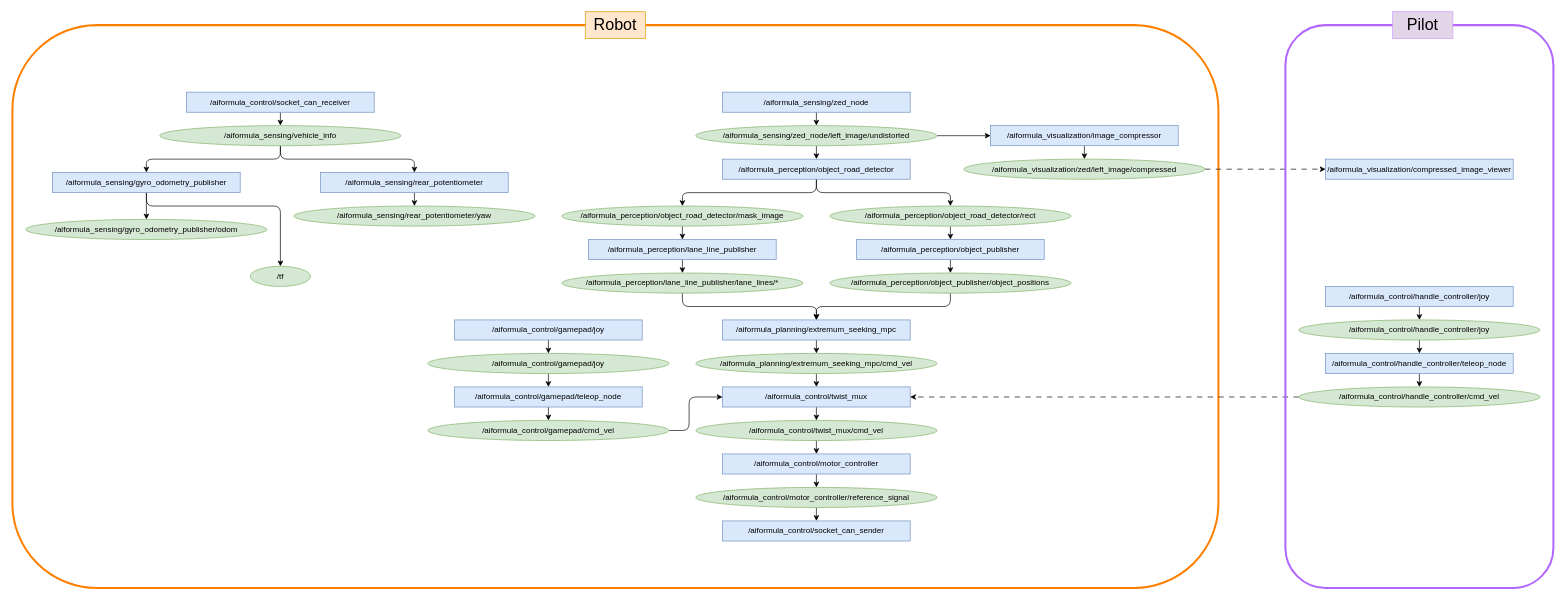
The draw.io diagram documents/system_architecture.drawio in aiformula-support/aiformula_common, before the edit. Source tidied: cells renumbered, new cells numbered last; positions are measured from the earlier drawing's top-left corner, leaving out a move shared by most shapes. Both pictures are drawn from the tidied source at 67%, with x=0, y=0 at pixel (12, 11).
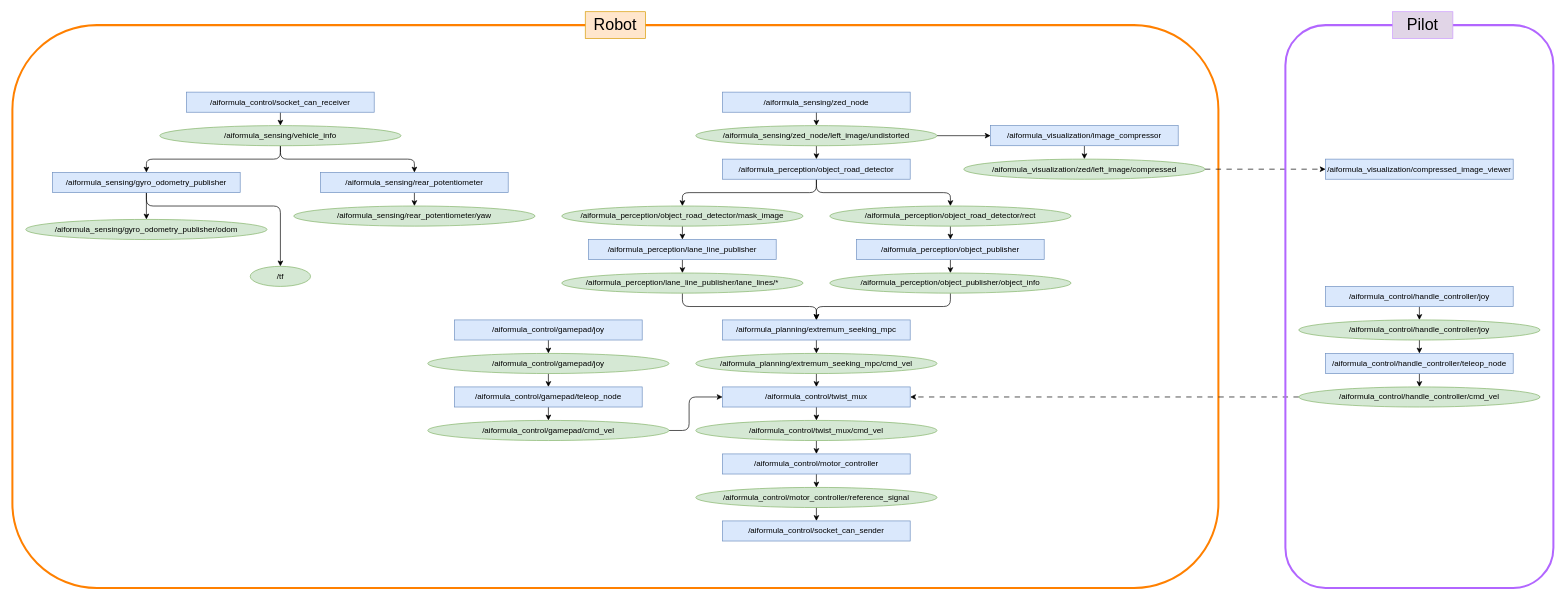
Above is the later version.

Commit message (it also covers changes not shown here):
Update `object_publisher`.

The edit, as a diff of the source:
```diff
@@
-    <mxCell id="30" value="/aiformula_perception/object_publisher/object_positions" style="ellipse;whiteSpace=wrap;html=1;fillColor=#d5e8d4;strokeColor=#82b366;" parent="1" vertex="1">
+    <mxCell id="30" value="/aiformula_perception/object_publisher/object_info" style="ellipse;whiteSpace=wrap;html=1;fillColor=#d5e8d4;strokeColor=#82b366;" parent="1" vertex="1">
       <mxGeometry x="1220" y="390" width="360" height="30" as="geometry" />
     </mxCell>
```
